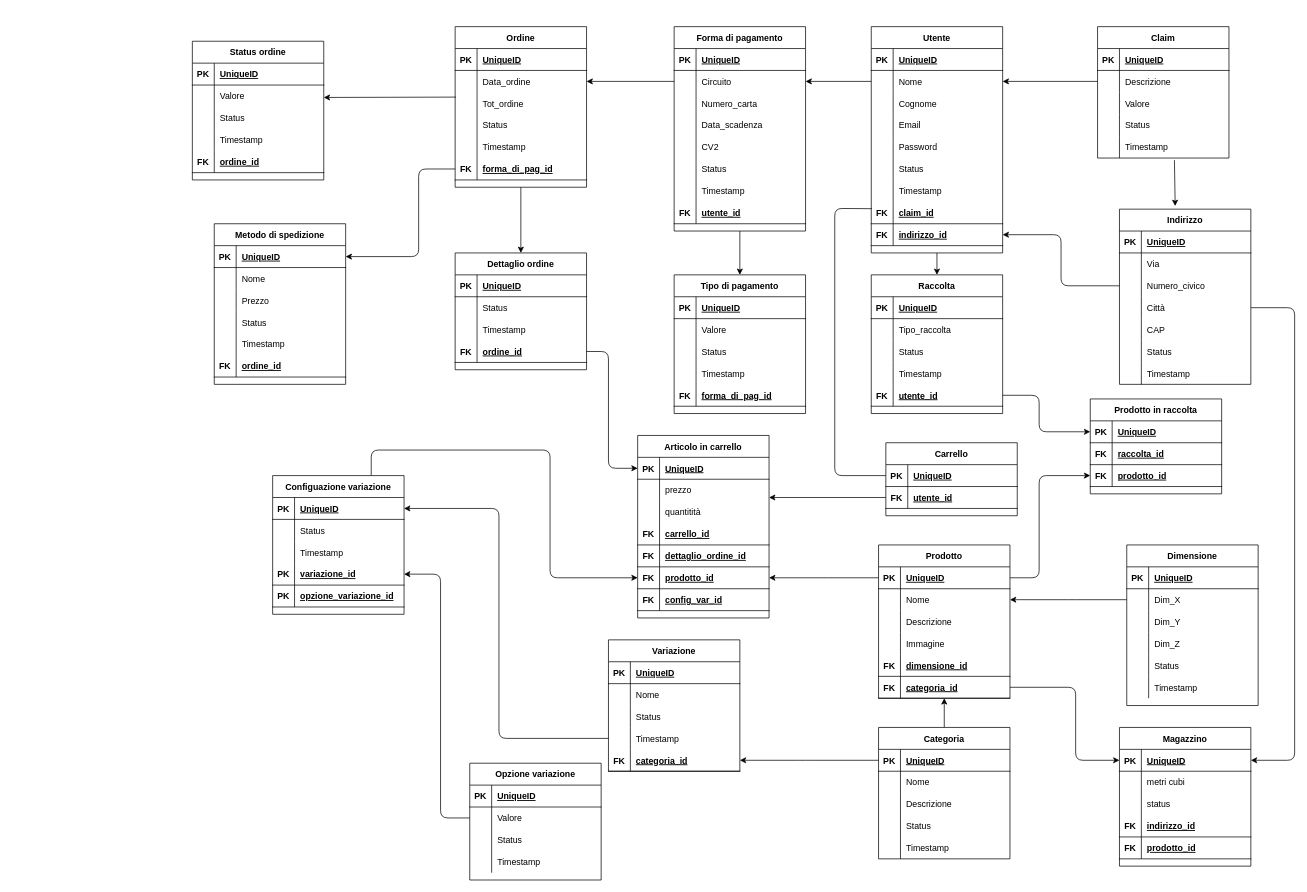
The draw.io diagram doc/modello_logico.drawio in EndriDomiUni/E-commerce, before the edit. Source tidied: cells renumbered, new cells numbered last; positions are measured from the earlier drawing's top-left corner, leaving out a move shared by most shapes. Both pictures are drawn from the tidied source at 73%, with x=0, y=0 at pixel (192, 26).
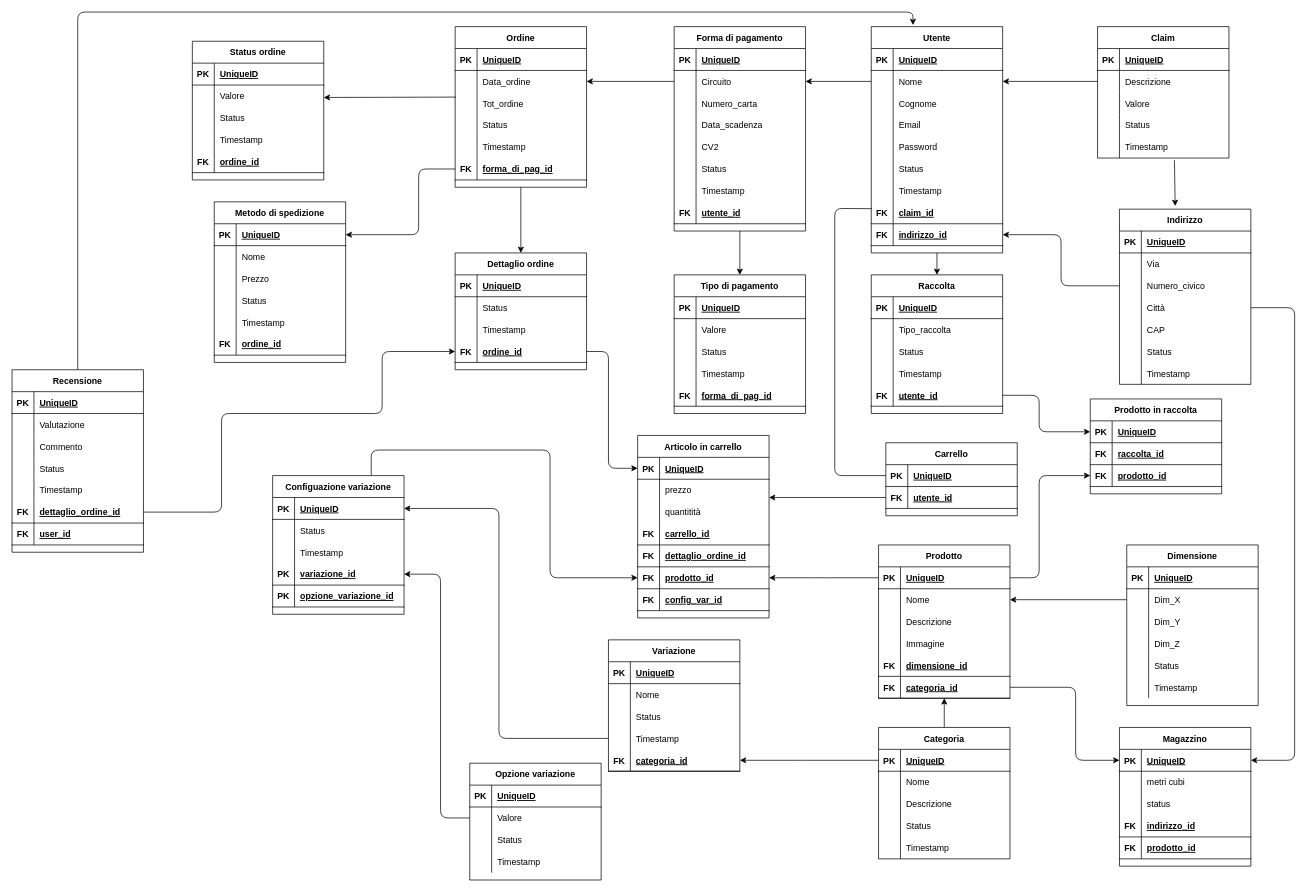
The same diagram, later.

Commit message (it also covers changes not shown here):
Update schemas: added Recensione into modello_logico

The change refers to these unchanged cells:
```xml
<mxCell id="3" value="Utente" style="shape=table;startSize=30;childLayout=tableLayout;rowLines=0;fontStyle=1;align=center;" parent="1" vertex="1">
  <mxGeometry x="930" width="180" height="310" as="geometry" />
</mxCell>
<mxCell id="146" style="shape=partialRectangle;fillColor=none;top=0;left=0;bottom=1;right=0;points=[[0,0.5],[1,0.5]];portConstraint=eastwest;" parent="130" vertex="1">
  <mxGeometry y="180" width="180" height="30" as="geometry" />
</mxCell>
<mxCell id="159" style="shape=partialRectangle;fillColor=none;top=0;left=0;bottom=1;right=0;points=[[0,0.5],[1,0.5]];portConstraint=eastwest;" parent="149" vertex="1">
  <mxGeometry y="120" width="180" height="30" as="geometry" />
</mxCell>
<mxCell id="163" style="shape=partialRectangle;fillColor=none;top=0;left=0;bottom=1;right=0;points=[[0,0.5],[1,0.5]];portConstraint=eastwest;" parent="162" vertex="1">
  <mxGeometry y="30" width="180" height="30" as="geometry" />
</mxCell>
```

Change to the diagram source:
```diff
@@
     <mxCell id="162" value="Metodo di spedizione" style="shape=table;startSize=30;childLayout=tableLayout;rowLines=0;fontStyle=1;align=center;" parent="1" vertex="1">
-      <mxGeometry x="30" y="270" width="180" height="220" as="geometry" />
+      <mxGeometry x="30" y="240" width="180" height="220" as="geometry" />
     </mxCell>
@@
     <mxCell id="181" style="edgeStyle=none;html=1;exitX=0;exitY=0.5;exitDx=0;exitDy=0;entryX=1;entryY=0.5;entryDx=0;entryDy=0;endArrow=classic;endFill=1;" parent="1" edge="1" source="146" target="163">
       <mxGeometry relative="1" as="geometry">
         <Array as="points">
           <mxPoint x="310" y="195" />
-          <mxPoint x="310" y="315" />
+          <mxPoint x="310" y="285" />
         </Array>
       </mxGeometry>
     </mxCell>
@@
+    <mxCell id="371" style="edgeStyle=none;html=1;entryX=0;entryY=0.5;entryDx=0;entryDy=0;exitX=1;exitY=0.5;exitDx=0;exitDy=0;" parent="1" edge="1" source="389" target="159">
+      <mxGeometry relative="1" as="geometry">
+        <Array as="points">
+          <mxPoint x="40" y="665" />
+          <mxPoint x="40" y="530" />
+          <mxPoint x="260" y="530" />
+          <mxPoint x="260" y="445" />
+        </Array>
+      </mxGeometry>
+    </mxCell>
+    <mxCell id="372" style="edgeStyle=none;html=1;entryX=0.318;entryY=-0.007;entryDx=0;entryDy=0;entryPerimeter=0;" parent="1" edge="1" source="373" target="3">
+      <mxGeometry relative="1" as="geometry">
+        <Array as="points">
+          <mxPoint x="-157" y="-20" />
+          <mxPoint x="987" y="-20" />
+        </Array>
+      </mxGeometry>
+    </mxCell>
+    <mxCell id="373" value="Recensione" style="shape=table;startSize=30;childLayout=tableLayout;rowLines=0;fontStyle=1;align=center;" parent="1" vertex="1">
+      <mxGeometry x="-247" y="470" width="180" height="250" as="geometry" />
+    </mxCell>
+    <mxCell id="374" style="shape=partialRectangle;fillColor=none;top=0;left=0;bottom=1;right=0;" parent="373" vertex="1">
+      <mxGeometry y="30" width="180" height="30" as="geometry" />
+    </mxCell>
+    <mxCell id="375" value="PK" style="shape=partialRectangle;fillColor=none;top=0;left=0;bottom=0;right=0;fontStyle=1;overflow=hidden;" parent="374" vertex="1">
+      <mxGeometry width="30" height="30" as="geometry" />
+    </mxCell>
+    <mxCell id="376" value="UniqueID" style="shape=partialRectangle;fillColor=none;top=0;left=0;bottom=0;right=0;align=left;spacingLeft=6;fontStyle=5;overflow=hidden;" parent="374" vertex="1">
+      <mxGeometry x="30" width="150" height="30" as="geometry" />
+    </mxCell>
+    <mxCell id="377" style="shape=partialRectangle;fillColor=none;top=0;left=0;bottom=0;right=0;" parent="373" vertex="1">
+      <mxGeometry y="60" width="180" height="30" as="geometry" />
+    </mxCell>
+    <mxCell id="378" style="shape=partialRectangle;fillColor=none;top=0;left=0;bottom=0;right=0;overflow=hidden;" parent="377" vertex="1">
+      <mxGeometry width="30" height="30" as="geometry" />
+    </mxCell>
+    <mxCell id="379" value="Valutazione" style="shape=partialRectangle;fillColor=none;top=0;left=0;bottom=0;right=0;align=left;spacingLeft=6;overflow=hidden;" parent="377" vertex="1">
+      <mxGeometry x="30" width="150" height="30" as="geometry" />
+    </mxCell>
+    <mxCell id="380" style="shape=partialRectangle;fillColor=none;top=0;left=0;bottom=0;right=0;" parent="373" vertex="1">
+      <mxGeometry y="90" width="180" height="30" as="geometry" />
+    </mxCell>
+    <mxCell id="381" style="shape=partialRectangle;fillColor=none;top=0;left=0;bottom=0;right=0;overflow=hidden;" parent="380" vertex="1">
+      <mxGeometry width="30" height="30" as="geometry" />
+    </mxCell>
+    <mxCell id="382" value="Commento" style="shape=partialRectangle;fillColor=none;top=0;left=0;bottom=0;right=0;align=left;spacingLeft=6;overflow=hidden;" parent="380" vertex="1">
+      <mxGeometry x="30" width="150" height="30" as="geometry" />
+    </mxCell>
+    <mxCell id="383" style="shape=partialRectangle;fillColor=none;top=0;left=0;bottom=0;right=0;" parent="373" vertex="1">
+      <mxGeometry y="120" width="180" height="30" as="geometry" />
+    </mxCell>
+    <mxCell id="384" style="shape=partialRectangle;fillColor=none;top=0;left=0;bottom=0;right=0;overflow=hidden;" parent="383" vertex="1">
+      <mxGeometry width="30" height="30" as="geometry" />
+    </mxCell>
+    <mxCell id="385" value="Status" style="shape=partialRectangle;fillColor=none;top=0;left=0;bottom=0;right=0;align=left;spacingLeft=6;overflow=hidden;" parent="383" vertex="1">
+      <mxGeometry x="30" width="150" height="30" as="geometry" />
+    </mxCell>
+    <mxCell id="386" style="shape=partialRectangle;fillColor=none;top=0;left=0;bottom=0;right=0;" parent="373" vertex="1">
+      <mxGeometry y="150" width="180" height="30" as="geometry" />
+    </mxCell>
+    <mxCell id="387" style="shape=partialRectangle;fillColor=none;top=0;left=0;bottom=0;right=0;overflow=hidden;" parent="386" vertex="1">
+      <mxGeometry width="30" height="30" as="geometry" />
+    </mxCell>
+    <mxCell id="388" value="Timestamp" style="shape=partialRectangle;fillColor=none;top=0;left=0;bottom=0;right=0;align=left;spacingLeft=6;overflow=hidden;" parent="386" vertex="1">
+      <mxGeometry x="30" width="150" height="30" as="geometry" />
+    </mxCell>
+    <mxCell id="389" style="shape=partialRectangle;fillColor=none;top=0;left=0;bottom=1;right=0;points=[[0,0.5],[1,0.5]];portConstraint=eastwest;" parent="373" vertex="1">
+      <mxGeometry y="180" width="180" height="30" as="geometry" />
+    </mxCell>
+    <mxCell id="390" value="FK" style="shape=partialRectangle;fillColor=none;top=0;left=0;bottom=0;right=0;fontStyle=1;overflow=hidden;" parent="389" vertex="1">
+      <mxGeometry width="30" height="30" as="geometry" />
+    </mxCell>
+    <mxCell id="391" value="dettaglio_ordine_id" style="shape=partialRectangle;fillColor=none;top=0;left=0;bottom=0;right=0;align=left;spacingLeft=6;fontStyle=5;overflow=hidden;" parent="389" vertex="1">
+      <mxGeometry x="30" width="150" height="30" as="geometry" />
+    </mxCell>
+    <mxCell id="392" style="shape=partialRectangle;fillColor=none;top=0;left=0;bottom=1;right=0;" parent="373" vertex="1">
+      <mxGeometry y="210" width="180" height="30" as="geometry" />
+    </mxCell>
+    <mxCell id="393" value="FK" style="shape=partialRectangle;fillColor=none;top=0;left=0;bottom=0;right=0;fontStyle=1;overflow=hidden;" parent="392" vertex="1">
+      <mxGeometry width="30" height="30" as="geometry" />
+    </mxCell>
+    <mxCell id="394" value="user_id" style="shape=partialRectangle;fillColor=none;top=0;left=0;bottom=0;right=0;align=left;spacingLeft=6;fontStyle=5;overflow=hidden;" parent="392" vertex="1">
+      <mxGeometry x="30" width="150" height="30" as="geometry" />
+    </mxCell>
```
